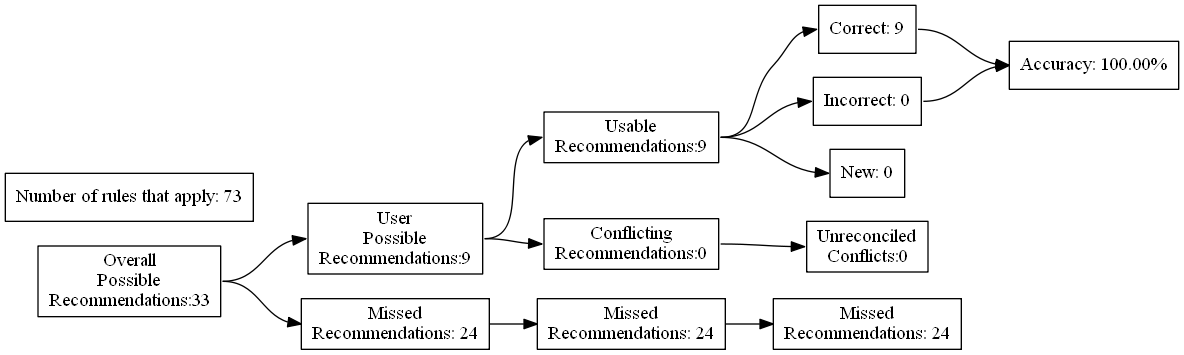
Above: test_renders/35.gv.png in ZaxR/ibd_diet_analysis (Graphviz), before the change. Its source is kept beside it as test_renders/35.gv.
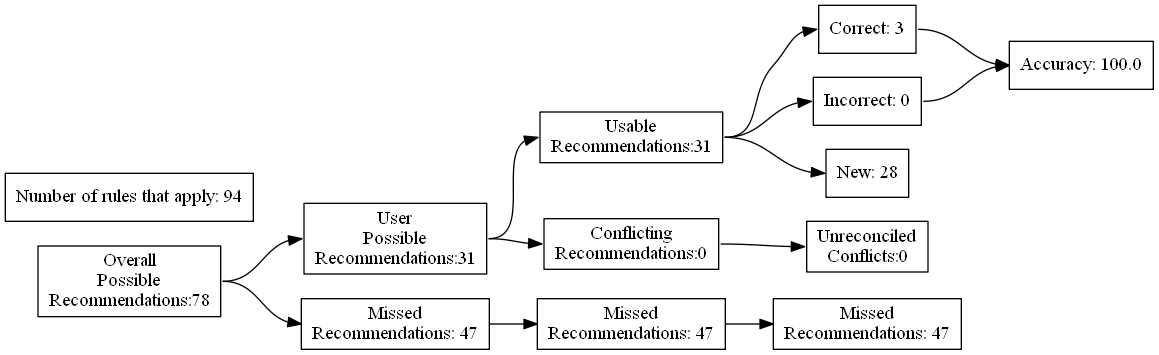
The same file after the commit.

The edit, as a diff of the source:
```diff
@@ -4,27 +4,27 @@
 	edge [headport=w tailport=e]
 		A [label="Overall
 Possible
-Recommendations:33"]
+Recommendations:78"]
 		B [label="User
 Possible
-Recommendations:9"]
+Recommendations:31"]
 		C [label="Missed
-Recommendations: 24"]
+Recommendations: 47"]
 		D [label="Usable
-Recommendations:9"]
+Recommendations:31"]
 		E [label="Conflicting
 Recommendations:0"]
 		J [label="Missed
-Recommendations: 24"]
+Recommendations: 47"]
 		M [label="Unreconciled
 Conflicts:0"]
-		F [label="Correct: 9"]
+		F [label="Correct: 3"]
 		G [label="Incorrect: 0"]
-		H [label="New: 0"]
+		H [label="New: 28"]
 		K [label="Missed
-Recommendations: 24"]
-		I [label="Accuracy: 100.00%"]
-		l [label="Number of rules that apply: 73"]
+Recommendations: 47"]
+		I [label="Accuracy: 100.0"]
+		l [label="Number of rules that apply: 94"]
 			A -> B
 			A -> C
 			B -> D
```
